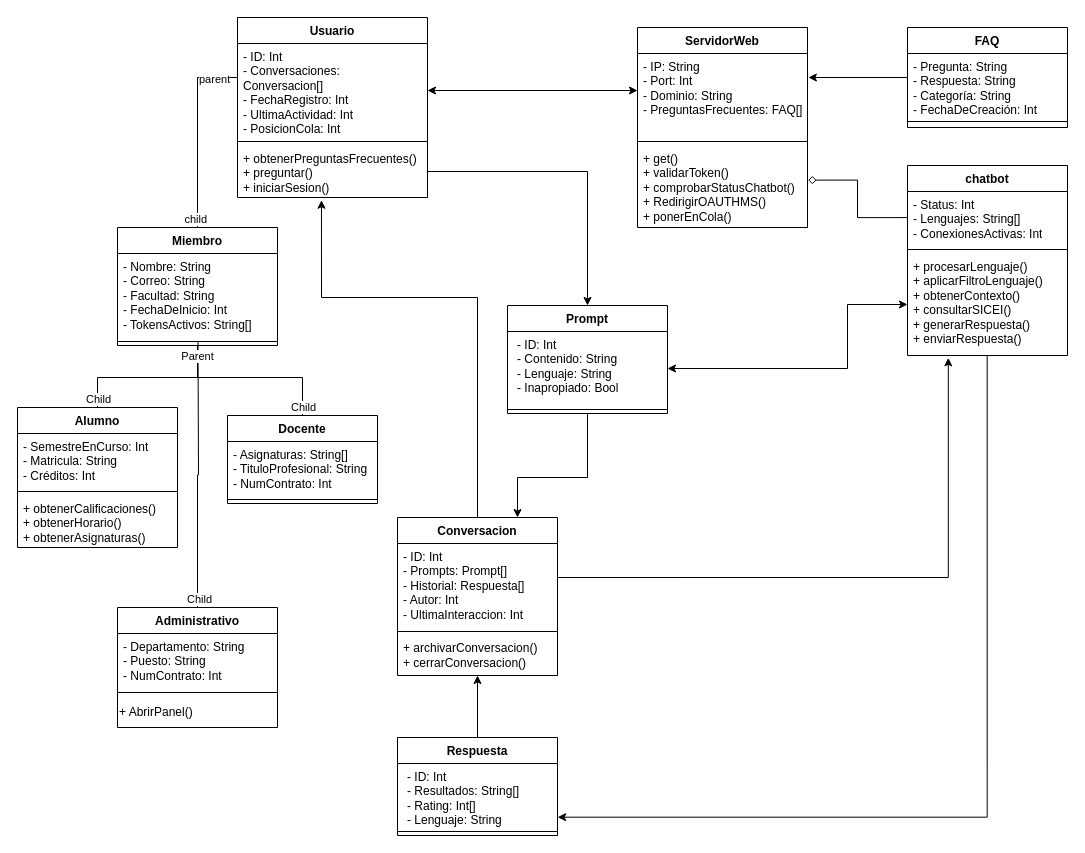
Above: Diagramas[Emmanuel]/UML.drawio in diego-islas8/Proyecto-FIS (draw.io), before the change. Source tidied: cells renumbered, new cells numbered last; positions are measured from the earlier drawing's top-left corner, leaving out a move shared by most shapes. Both pictures are drawn from the tidied source at 100%, with x=0, y=0 at pixel (17, 17).
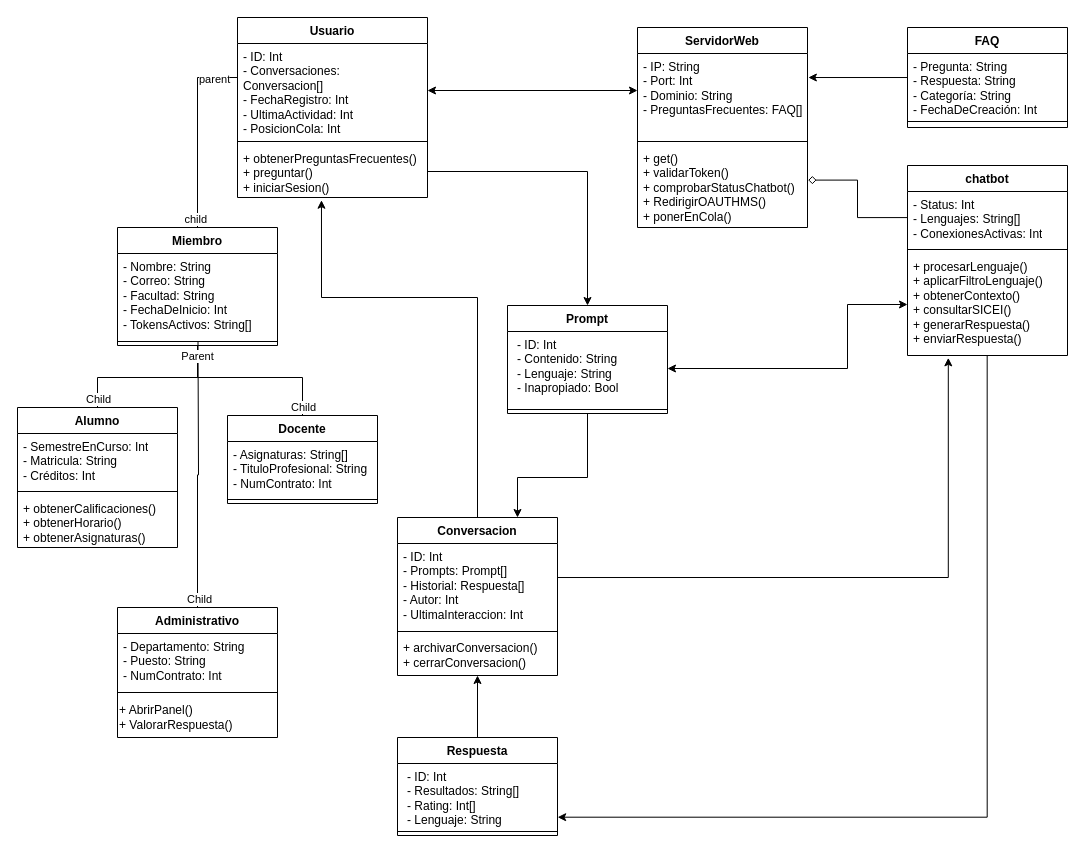
After the change.

Commit message (it also covers changes not shown here):
Pequeño ajuste

The edit, as a diff of the source:
```diff
@@
     <mxCell id="23" value="Administrativo" style="swimlane;fontStyle=1;align=center;verticalAlign=top;horizontal=1;startSize=26;whiteSpace=wrap;html=1;" parent="1" vertex="1">
-      <mxGeometry x="100" y="590" width="160" height="120" as="geometry" />
+      <mxGeometry x="100" y="590" width="160" height="130" as="geometry" />
     </mxCell>
@@
-    <mxCell id="26" value="+ AbrirPanel()" style="text;html=1;align=left;verticalAlign=middle;strokeColor=none;fillColor=none;" parent="23" vertex="1">
-      <mxGeometry y="90" width="160" height="30" as="geometry" />
+    <mxCell id="26" value="+ AbrirPanel()&lt;div&gt;+ ValorarRespuesta()&lt;/div&gt;" style="text;html=1;align=left;verticalAlign=middle;strokeColor=none;fillColor=none;" parent="23" vertex="1">
+      <mxGeometry y="90" width="160" height="40" as="geometry" />
     </mxCell>
```
